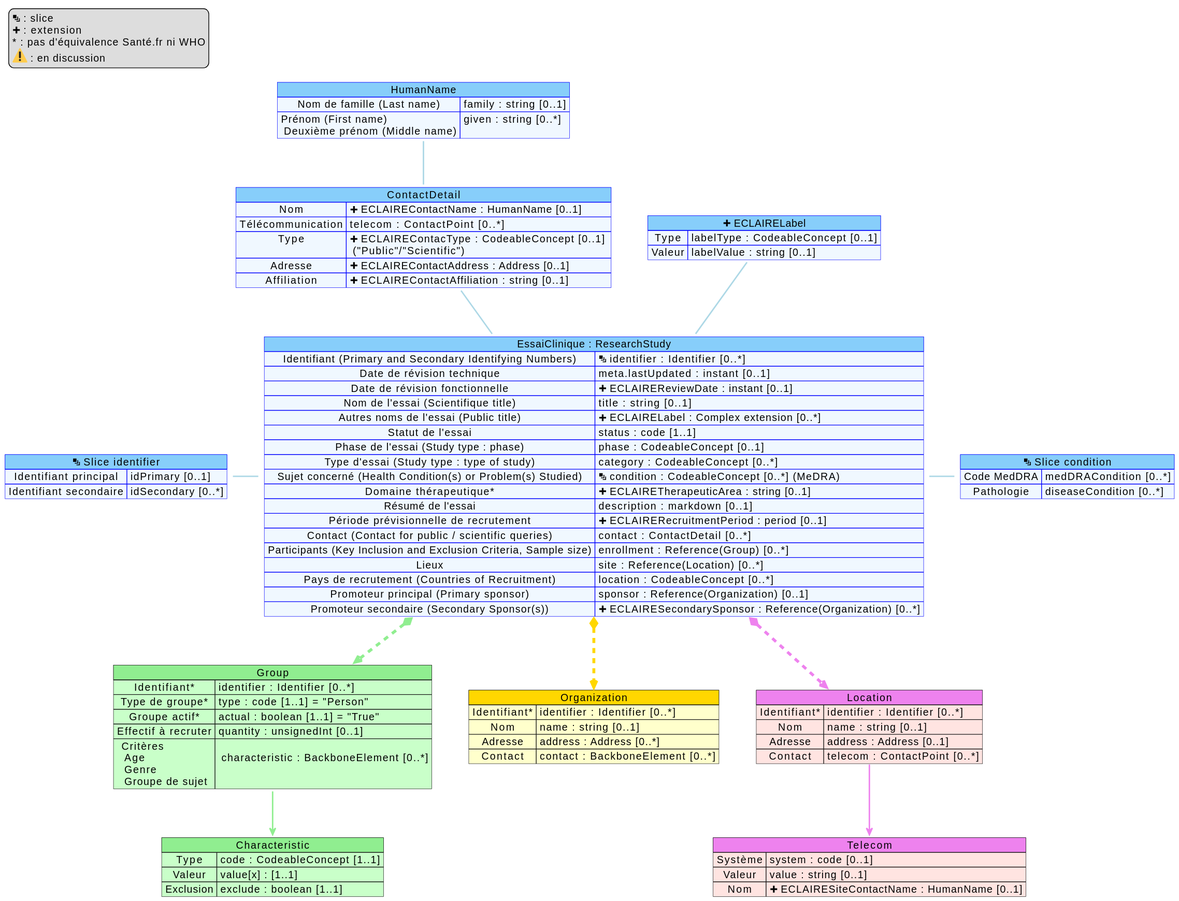
This is input/images/mappingResearchStudy.svg from ansforge/essais-cliniques, a PlantUML export, as it was before one commit.
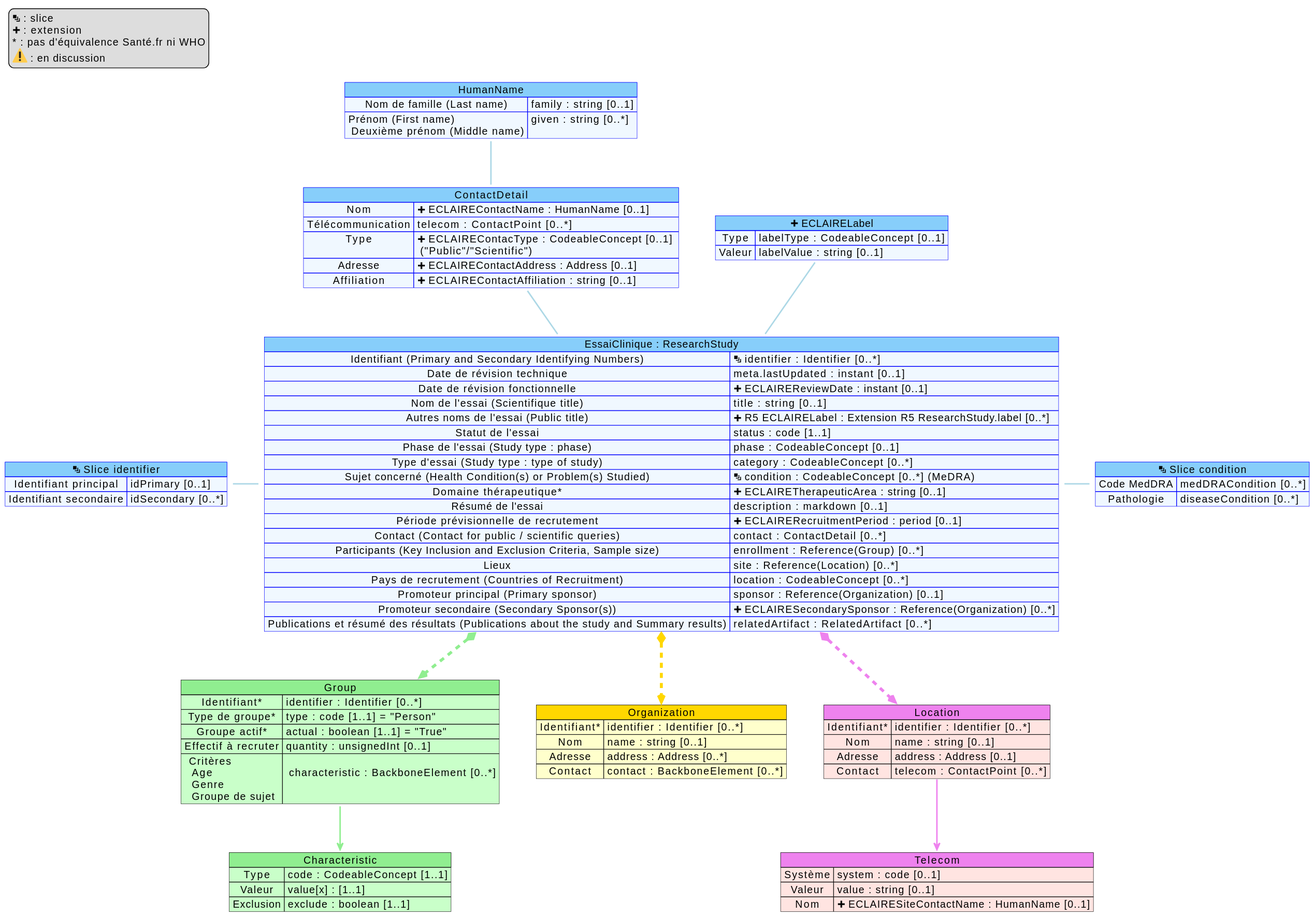
After the change.

Commit message:
MaJ mapping relatedArtifact

Change to the diagram source:
```diff
@@ -67,7 +67,7 @@
     Date de révision technique => meta.lastUpdated : instant [0..1]
     Date de révision fonctionnelle => <&plus> ECLAIREReviewDate : instant [0..1]
     Nom de l'essai (Scientifique title) => title : string [0..1]
-    Autres noms de l'essai (Public title) => <&plus> ECLAIRELabel : Complex extension [0..*]
+    Autres noms de l'essai (Public title) => <&plus> R5 ECLAIRELabel : Extension R5 ResearchStudy.label [0..*]
     Statut de l'essai => status : code [1..1]
     Phase de l'essai (Study type : phase) => phase : CodeableConcept [0..1]
     Type d'essai (Study type : type of study) => category : CodeableConcept [0..*]
@@ -81,6 +81,7 @@
     Pays de recrutement (Countries of Recruitment) => location : CodeableConcept [0..*]
     Promoteur principal (Primary sponsor) => sponsor : Reference(Organization) [0..1]
     Promoteur secondaire (Secondary Sponsor(s)) => <&plus> ECLAIRESecondarySponsor  : Reference(Organization) [0..*]
+    Publications et résumé des résultats (Publications about the study and Summary results) => relatedArtifact : RelatedArtifact [0..*]
 }
 
 
```
